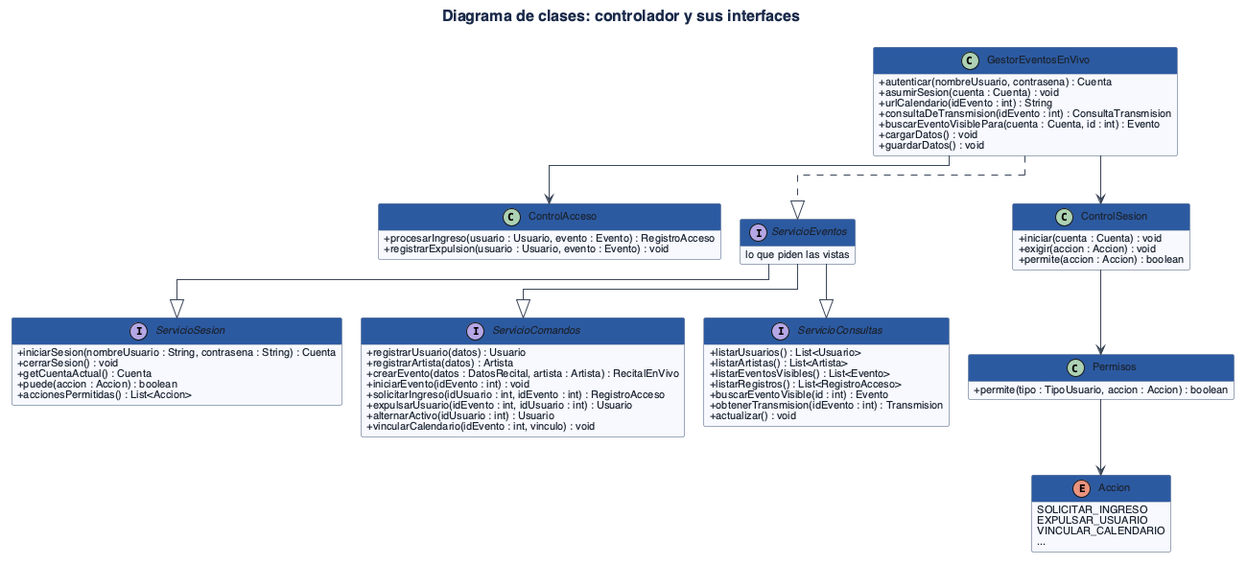
lferraro1103/Proceso-de-desarrollo-de-sosftware keeps this PlantUML diagram as TP/Grupo9_POO_Diagramas_Pdf/imagenes/clases-controlador.png. Above is the earlier version.
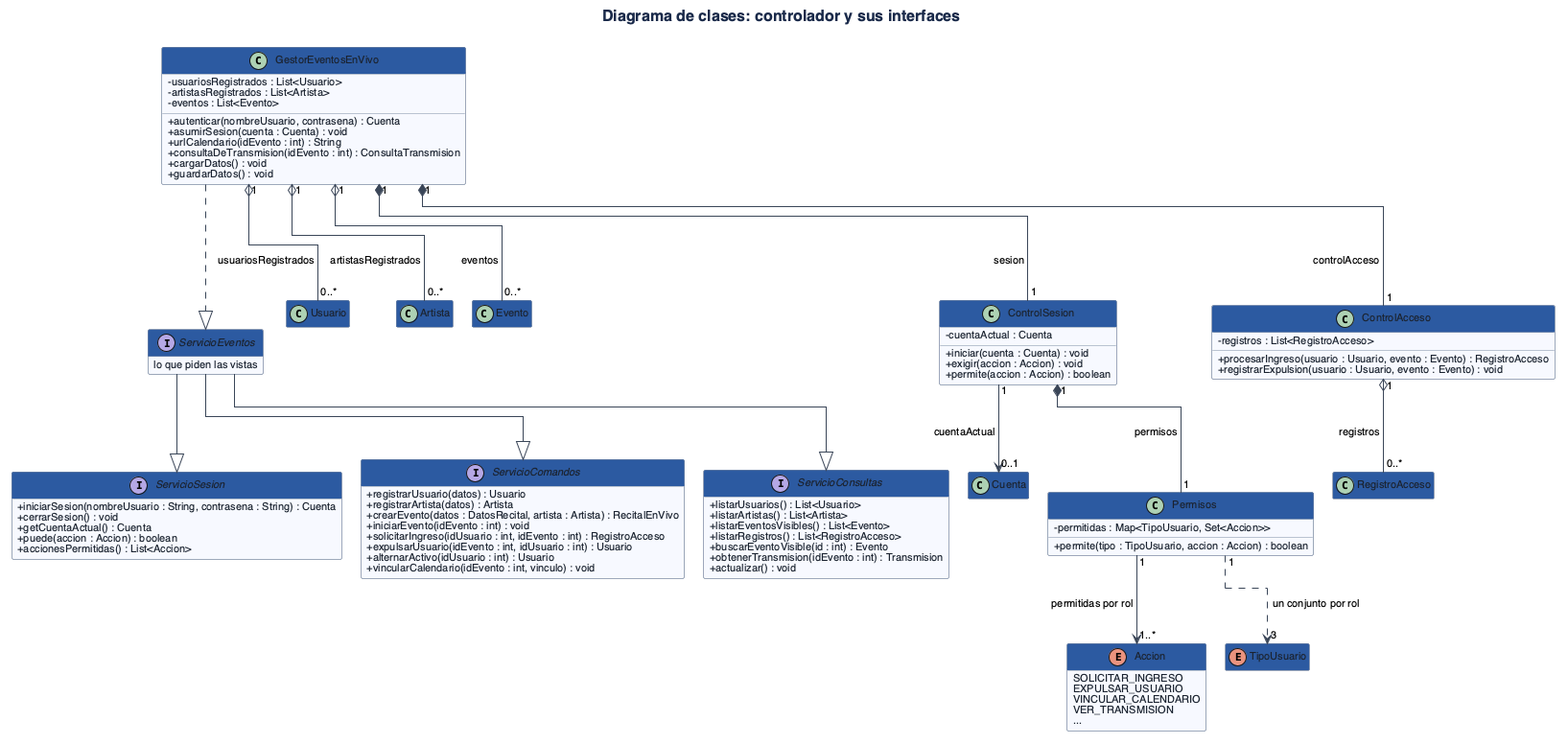
Later version of the same file.

What changed in the source:
```diff
@@ -36,27 +36,32 @@
 }
 
 class GestorEventosEnVivo {
+  -usuariosRegistrados : List<Usuario>
+  -artistasRegistrados : List<Artista>
+  -eventos : List<Evento>
   +autenticar(nombreUsuario, contrasena) : Cuenta
   +asumirSesion(cuenta : Cuenta) : void
   +urlCalendario(idEvento : int) : String
   +consultaDeTransmision(idEvento : int) : ConsultaTransmision
-  +buscarEventoVisiblePara(cuenta : Cuenta, id : int) : Evento
   +cargarDatos() : void
   +guardarDatos() : void
 }
 
 class ControlAcceso {
+  -registros : List<RegistroAcceso>
   +procesarIngreso(usuario : Usuario, evento : Evento) : RegistroAcceso
   +registrarExpulsion(usuario : Usuario, evento : Evento) : void
 }
 
 class ControlSesion {
+  -cuentaActual : Cuenta
   +iniciar(cuenta : Cuenta) : void
   +exigir(accion : Accion) : void
   +permite(accion : Accion) : boolean
 }
 
 class Permisos {
+  -permitidas : Map<TipoUsuario, Set<Accion>>
   +permite(tipo : TipoUsuario, accion : Accion) : boolean
 }
 
@@ -64,16 +69,29 @@
   SOLICITAR_INGRESO
   EXPULSAR_USUARIO
   VINCULAR_CALENDARIO
+  VER_TRANSMISION
   ...
 }
 
+class Usuario
+class Artista
+class Evento
+class Cuenta
+class RegistroAcceso
+enum TipoUsuario
 
 ServicioEventos --|> ServicioSesion
 ServicioEventos --|> ServicioConsultas
 ServicioEventos --|> ServicioComandos
 GestorEventosEnVivo ..|> ServicioEventos
-GestorEventosEnVivo --> ControlAcceso
-GestorEventosEnVivo --> ControlSesion
-ControlSesion --> Permisos
-Permisos --> Accion
+GestorEventosEnVivo "1" o-- "0..*" Usuario : usuariosRegistrados
+GestorEventosEnVivo "1" o-- "0..*" Artista : artistasRegistrados
+GestorEventosEnVivo "1" o-- "0..*" Evento : eventos
+GestorEventosEnVivo "1" *-- "1" ControlAcceso : controlAcceso
+GestorEventosEnVivo "1" *-- "1" ControlSesion : sesion
+ControlAcceso "1" o-- "0..*" RegistroAcceso : registros
+ControlSesion "1" --> "0..1" Cuenta : cuentaActual
+ControlSesion "1" *-- "1" Permisos : permisos
+Permisos "1" --> "1..*" Accion : permitidas por rol
+Permisos "1" ..> "3" TipoUsuario : un conjunto por rol
 @enduml
```
